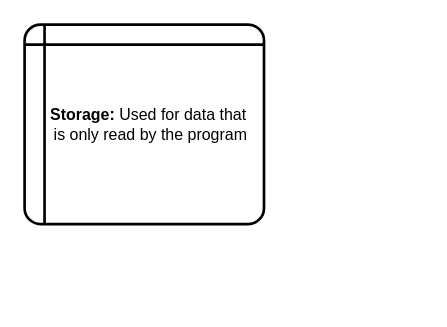
This is page "Legenda" (2 of 2) of Diagram zonder titel.drawio from Reefter7/PWS-FLOWCHARTS, a draw.io file, before an edit. Source tidied: cells renumbered, new cells numbered last; positions are measured from the earlier drawing's top-left corner, leaving out a move shared by most shapes. Both pictures are drawn from the tidied source at 133%, with x=0, y=0 at pixel (24, 24).
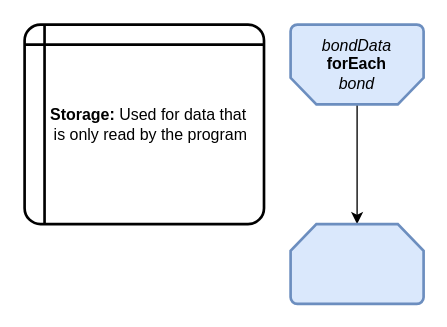
The same diagram, later.

What changed in the source:
```diff
@@
 <mxGraphModel>
   <root>
     <mxCell id="0" />
     <mxCell id="1" parent="0" />
     <mxCell id="2" value="&lt;b&gt;&amp;nbsp; Storage: &lt;/b&gt;Used for data that &lt;br&gt;&amp;nbsp; &amp;nbsp; is only read by the program&amp;nbsp;" style="shape=internalStorage;whiteSpace=wrap;html=1;dx=15;dy=15;rounded=1;arcSize=8;strokeWidth=2;" parent="1" vertex="1">
       <mxGeometry width="180" height="150" as="geometry" />
     </mxCell>
+    <mxCell id="3" style="edgeStyle=orthogonalEdgeStyle;rounded=0;jettySize=auto;html=1;exitX=0.5;exitY=0;exitDx=0;exitDy=0;exitPerimeter=0;entryX=0.5;entryY=0;entryDx=0;entryDy=0;entryPerimeter=0;" parent="1" edge="1" source="4" target="5">
+      <mxGeometry relative="1" as="geometry" />
+    </mxCell>
+    <mxCell id="4" style="strokeWidth=2;html=1;shape=mxgraph.flowchart.loop_limit;whiteSpace=wrap;rotation=-180;textDirection=ltr;horizontal=1;direction=east;fillColor=#dae8fc;strokeColor=#6c8ebf;fontStyle=1;" parent="1" vertex="1">
+      <mxGeometry x="200" width="100" height="60" as="geometry" />
+    </mxCell>
+    <mxCell id="5" style="strokeWidth=2;html=1;shape=mxgraph.flowchart.loop_limit;whiteSpace=wrap;fillColor=#dae8fc;strokeColor=#6c8ebf;fontStyle=1;" parent="1" vertex="1">
+      <mxGeometry x="200" y="150" width="100" height="60" as="geometry" />
+    </mxCell>
+    <mxCell id="6" value="&lt;i style=&quot;font-weight: normal;&quot;&gt;bondData&lt;/i&gt;&lt;br&gt;&lt;span&gt;forEach&lt;/span&gt;&lt;br&gt;&lt;i style=&quot;font-weight: normal;&quot;&gt;bond&lt;/i&gt;" style="text;html=1;strokeColor=none;fillColor=none;align=center;verticalAlign=middle;whiteSpace=wrap;fontStyle=1;" parent="1" vertex="1">
+      <mxGeometry x="220" y="15" width="60" height="30" as="geometry" />
+    </mxCell>
   </root>
 </mxGraphModel>
```
